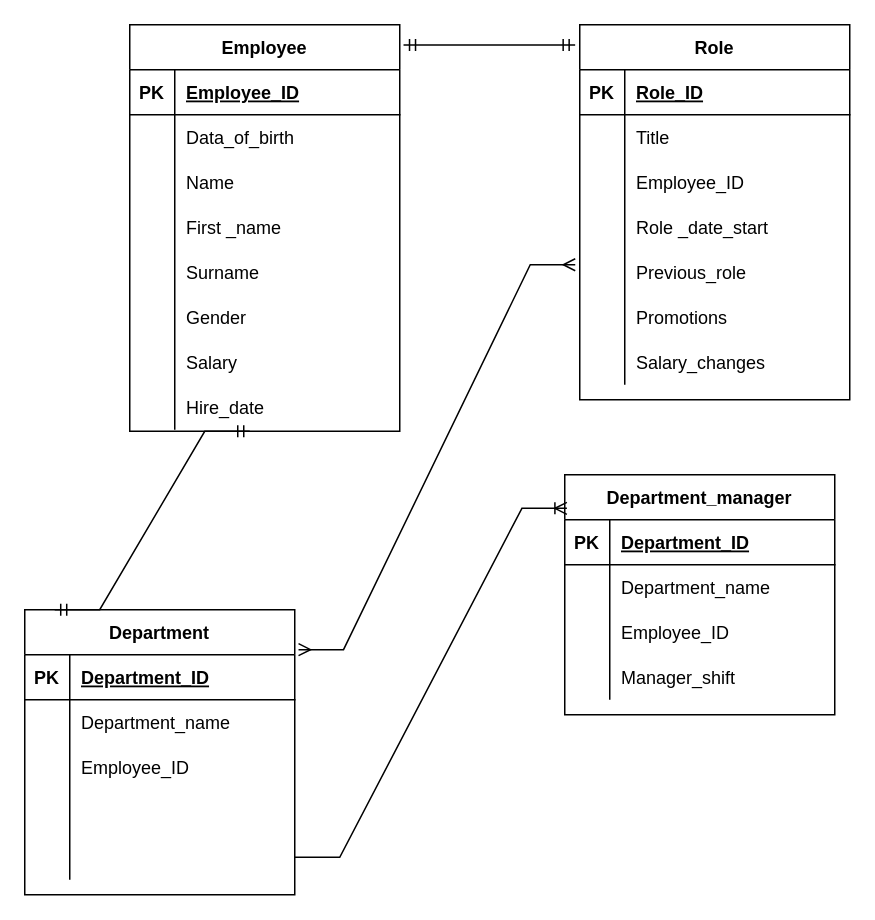
PriFlores/HR-Database keeps this draw.io diagram as Relational data model.drawio. Above is the earlier version. Source tidied: cells renumbered, new cells numbered last; positions are measured from the earlier drawing's top-left corner, leaving out a move shared by most shapes. Both pictures are drawn from the tidied source at 150%, with x=0, y=0 at pixel (24, 24).
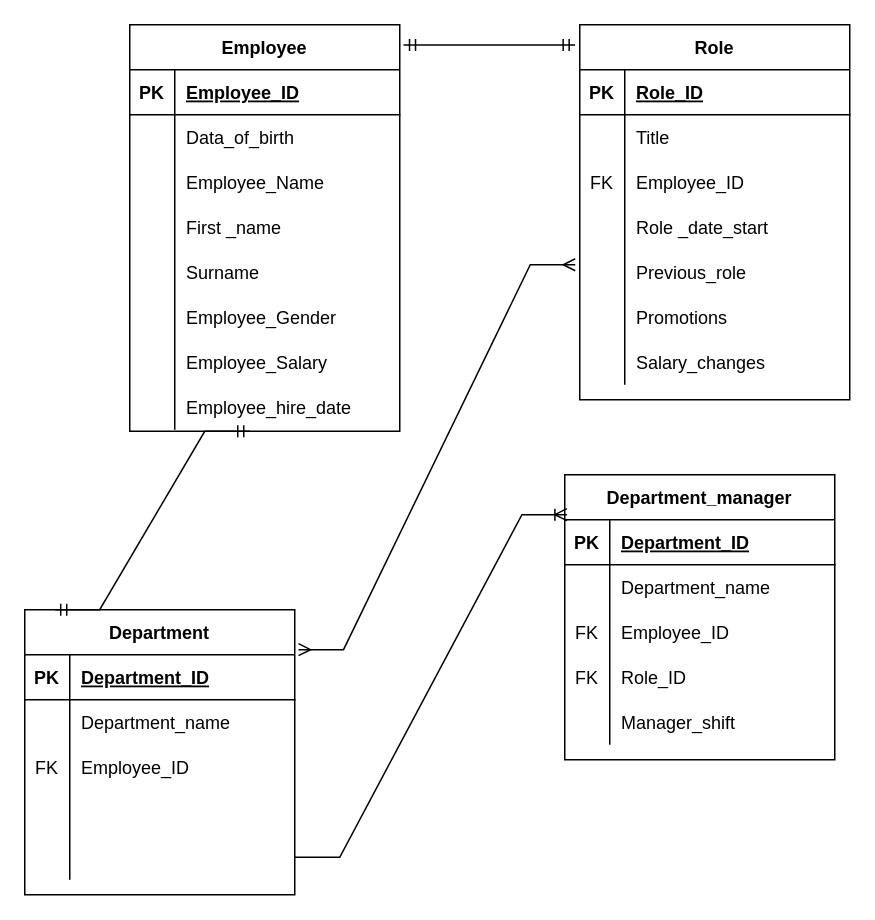
The same page after the edit.

Unchanged cells that the change refers to:
```xml
<mxCell id="9" style="shape=partialRectangle;fillColor=none;top=0;left=0;bottom=0;right=0;" parent="2" vertex="1">
  <mxGeometry y="90" width="180" height="30" as="geometry" />
</mxCell>
<mxCell id="18" style="shape=partialRectangle;fillColor=none;top=0;left=0;bottom=0;right=0;" parent="2" vertex="1">
  <mxGeometry y="180" width="180" height="30" as="geometry" />
</mxCell>
<mxCell id="21" style="shape=partialRectangle;fillColor=none;top=0;left=0;bottom=0;right=0;" parent="2" vertex="1">
  <mxGeometry y="210" width="180" height="30" as="geometry" />
</mxCell>
<mxCell id="24" style="shape=partialRectangle;fillColor=none;top=0;left=0;bottom=0;right=0;" parent="2" vertex="1">
  <mxGeometry y="240" width="180" height="30" as="geometry" />
</mxCell>
<mxCell id="34" style="shape=partialRectangle;fillColor=none;top=0;left=0;bottom=0;right=0;" parent="27" vertex="1">
  <mxGeometry y="90" width="180" height="30" as="geometry" />
</mxCell>
<mxCell id="56" style="shape=partialRectangle;fillColor=none;top=0;left=0;bottom=0;right=0;" parent="49" vertex="1">
  <mxGeometry y="90" width="180" height="30" as="geometry" />
</mxCell>
<mxCell id="69" style="shape=partialRectangle;fillColor=none;top=0;left=0;bottom=0;right=0;" parent="62" vertex="1">
  <mxGeometry y="90" width="180" height="30" as="geometry" />
</mxCell>
```

The edit, as a diff of the source:
```diff
@@
-    <mxCell id="11" value="Name" style="shape=partialRectangle;fillColor=none;top=0;left=0;bottom=0;right=0;align=left;spacingLeft=6;overflow=hidden;" parent="9" vertex="1">
+    <mxCell id="11" value="Employee_Name" style="shape=partialRectangle;fillColor=none;top=0;left=0;bottom=0;right=0;align=left;spacingLeft=6;overflow=hidden;" parent="9" vertex="1">
       <mxGeometry x="30" width="150" height="30" as="geometry" />
     </mxCell>
@@
-    <mxCell id="20" value="Gender" style="shape=partialRectangle;fillColor=none;top=0;left=0;bottom=0;right=0;align=left;spacingLeft=6;overflow=hidden;" parent="18" vertex="1">
+    <mxCell id="20" value="Employee_Gender" style="shape=partialRectangle;fillColor=none;top=0;left=0;bottom=0;right=0;align=left;spacingLeft=6;overflow=hidden;" parent="18" vertex="1">
       <mxGeometry x="30" width="150" height="30" as="geometry" />
     </mxCell>
@@
-    <mxCell id="23" value="Salary" style="shape=partialRectangle;fillColor=none;top=0;left=0;bottom=0;right=0;align=left;spacingLeft=6;overflow=hidden;" parent="21" vertex="1">
+    <mxCell id="23" value="Employee_Salary" style="shape=partialRectangle;fillColor=none;top=0;left=0;bottom=0;right=0;align=left;spacingLeft=6;overflow=hidden;" parent="21" vertex="1">
       <mxGeometry x="30" width="150" height="30" as="geometry" />
     </mxCell>
@@
-    <mxCell id="26" value="Hire_date" style="shape=partialRectangle;fillColor=none;top=0;left=0;bottom=0;right=0;align=left;spacingLeft=6;overflow=hidden;" parent="24" vertex="1">
+    <mxCell id="26" value="Employee_hire_date" style="shape=partialRectangle;fillColor=none;top=0;left=0;bottom=0;right=0;align=left;spacingLeft=6;overflow=hidden;" parent="24" vertex="1">
       <mxGeometry x="30" width="150" height="30" as="geometry" />
     </mxCell>
@@
-    <mxCell id="35" style="shape=partialRectangle;fillColor=none;top=0;left=0;bottom=0;right=0;overflow=hidden;" parent="34" vertex="1">
+    <mxCell id="35" value="FK" style="shape=partialRectangle;fillColor=none;top=0;left=0;bottom=0;right=0;overflow=hidden;" parent="34" vertex="1">
       <mxGeometry width="30" height="30" as="geometry" />
     </mxCell>
@@
     <mxCell id="49" value="Department_manager" style="shape=table;startSize=30;childLayout=tableLayout;rowLines=0;fontStyle=1;align=center;" parent="1" vertex="1">
-      <mxGeometry x="360" y="300" width="180" height="160" as="geometry" />
+      <mxGeometry x="360" y="300" width="180" height="190" as="geometry" />
     </mxCell>
@@
-    <mxCell id="57" style="shape=partialRectangle;fillColor=none;top=0;left=0;bottom=0;right=0;overflow=hidden;" parent="56" vertex="1">
+    <mxCell id="57" value="FK" style="shape=partialRectangle;fillColor=none;top=0;left=0;bottom=0;right=0;overflow=hidden;" parent="56" vertex="1">
       <mxGeometry width="30" height="30" as="geometry" />
     </mxCell>
@@
+    <mxCell id="82" style="shape=partialRectangle;fillColor=none;top=0;left=0;bottom=0;right=0;" parent="49" vertex="1">
+      <mxGeometry y="120" width="180" height="30" as="geometry" />
+    </mxCell>
+    <mxCell id="83" value="FK" style="shape=partialRectangle;fillColor=none;top=0;left=0;bottom=0;right=0;overflow=hidden;" parent="82" vertex="1">
+      <mxGeometry width="30" height="30" as="geometry" />
+    </mxCell>
+    <mxCell id="84" value="Role_ID" style="shape=partialRectangle;fillColor=none;top=0;left=0;bottom=0;right=0;align=left;spacingLeft=6;overflow=hidden;" parent="82" vertex="1">
+      <mxGeometry x="30" width="150" height="30" as="geometry" />
+    </mxCell>
     <mxCell id="59" style="shape=partialRectangle;fillColor=none;top=0;left=0;bottom=0;right=0;" parent="49" vertex="1">
-      <mxGeometry y="120" width="180" height="30" as="geometry" />
+      <mxGeometry y="150" width="180" height="30" as="geometry" />
     </mxCell>
@@
-    <mxCell id="70" style="shape=partialRectangle;fillColor=none;top=0;left=0;bottom=0;right=0;overflow=hidden;" parent="69" vertex="1">
+    <mxCell id="70" value="FK" style="shape=partialRectangle;fillColor=none;top=0;left=0;bottom=0;right=0;overflow=hidden;" parent="69" vertex="1">
       <mxGeometry width="30" height="30" as="geometry" />
     </mxCell>
```
